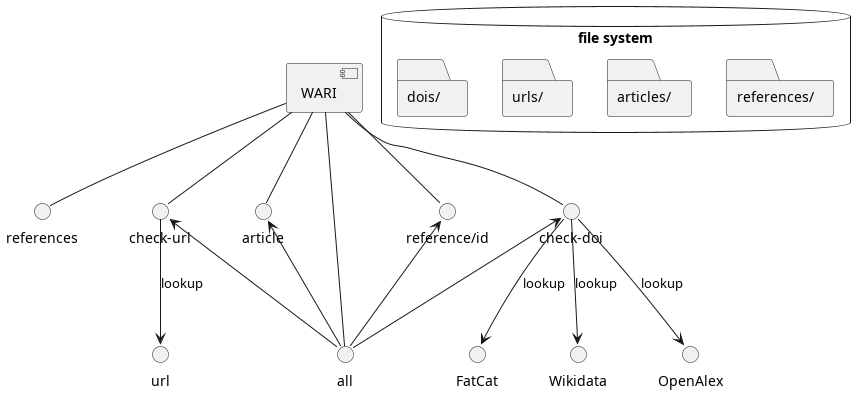
internetarchive/iari keeps this PlantUML diagram as diagrams/components.png. Above is the earlier version.
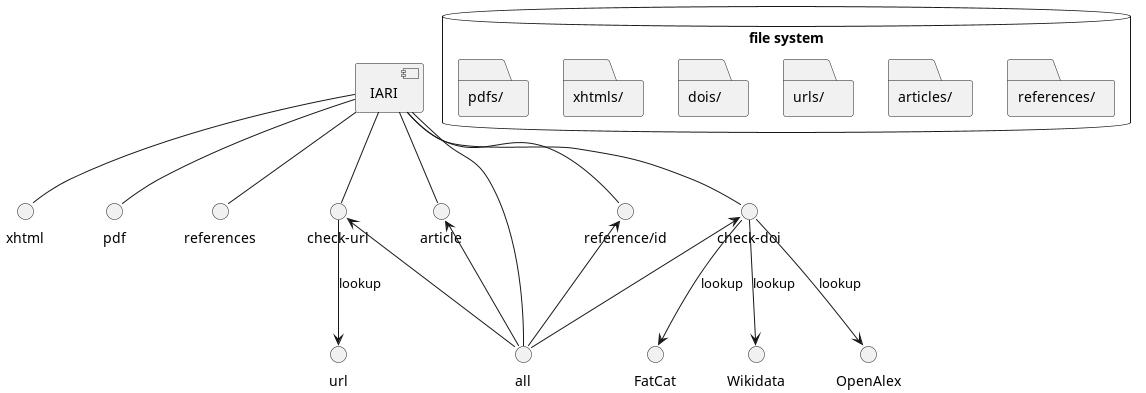
Later version of the same file.

Commit message:
docs: Update components and remove outdated classes.png from the README.md

What changed in the source:
```diff
@@ -1,15 +1,17 @@
 @startuml
 
-[WARI] -- references
-[WARI] -- "reference/id"
-[WARI] -- "check-url"
+[IARI] -- xhtml
+[IARI] -- pdf
+[IARI] -- references
+[IARI] -- "reference/id"
+[IARI] -- "check-url"
 "check-url" --> url : lookup
-[WARI] -- "check-doi"
-[WARI] -- "article"
+[IARI] -- "check-doi"
+[IARI] -- "article"
 "check-doi" --> OpenAlex : lookup
 "check-doi" --> FatCat : lookup
 "check-doi" --> Wikidata : lookup
-[WARI] -- all
+[IARI] -- all
 "reference/id" <-- all
 "check-doi" <-- all
 "check-url" <-- all
@@ -25,6 +27,10 @@
   }
   folder "dois/" {
   }
+  folder "xhtmls/" {
+  }
+  folder "pdfs/" {
+  }
 
 }
 @enduml
```
